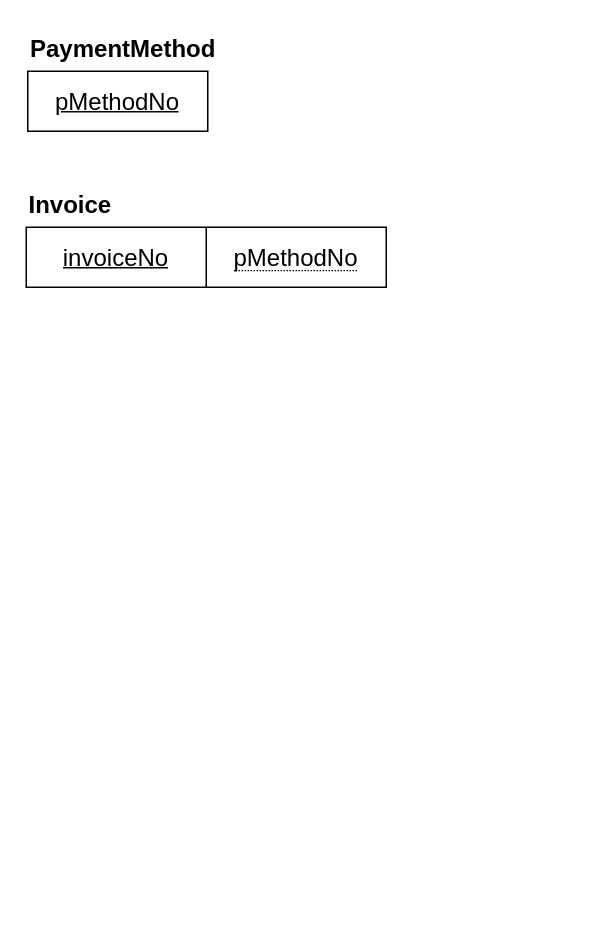
This is TabelEnhance.drawio from Mangata-Alpha/datasets, a draw.io file, before an edit. Source tidied: cells renumbered, new cells numbered last; positions are measured from the earlier drawing's top-left corner, leaving out a move shared by most shapes. Both pictures are drawn from the tidied source at 150%, with x=0, y=0 at pixel (26, 26).
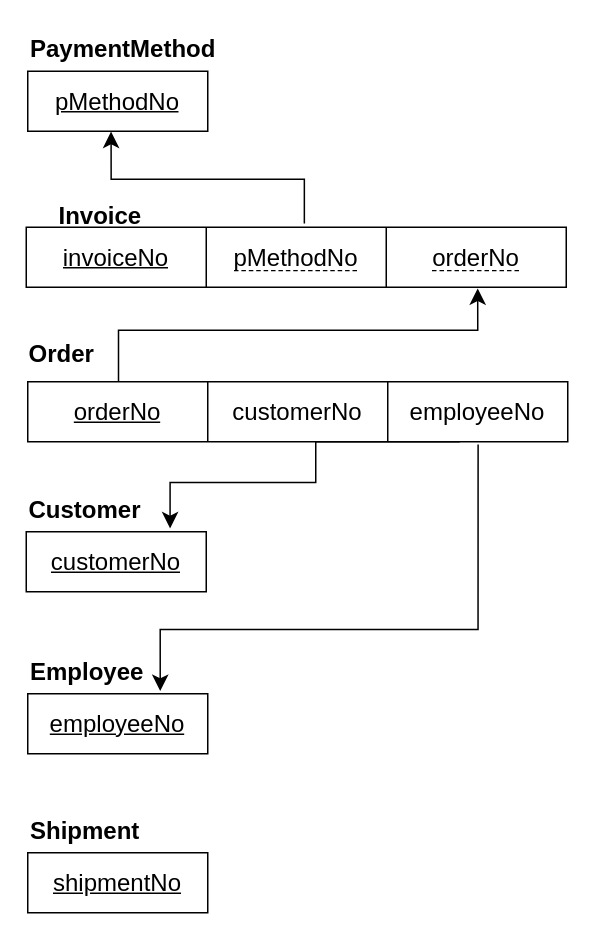
The same diagram, later.

The change refers to these unchanged cells:
```xml
<mxCell id="4" style="shape=tableRow;horizontal=0;startSize=0;swimlaneHead=0;swimlaneBody=0;strokeColor=inherit;top=0;left=0;bottom=0;right=0;fillColor=none;points=[[0,0.5],[1,0.5]];portConstraint=eastwest;fontSize=16;" parent="3" vertex="1">
  <mxGeometry width="120" height="40" as="geometry" />
</mxCell>
```

Diff of the diagram source:
```diff
@@
     <mxCell id="7" style="shape=table;startSize=0;childLayout=tableLayout;fontSize=16;labelBorderColor=none;" parent="1" vertex="1">
-      <mxGeometry y="134" width="240" height="40" as="geometry" />
+      <mxGeometry y="134" width="360" height="40" as="geometry" />
     </mxCell>
     <mxCell id="8" style="shape=tableRow;horizontal=0;startSize=0;swimlaneHead=0;swimlaneBody=0;strokeColor=inherit;top=0;left=0;bottom=0;right=0;fillColor=none;points=[[0,0.5],[1,0.5]];portConstraint=eastwest;fontSize=16;fontStyle=4;" parent="7" vertex="1">
-      <mxGeometry width="240" height="40" as="geometry" />
+      <mxGeometry width="360" height="40" as="geometry" />
     </mxCell>
@@
-    <mxCell id="10" value="&lt;span style=&quot;border-bottom:1px dotted;&quot;&gt;pMethodNo&lt;/span&gt;" style="shape=partialRectangle;html=1;whiteSpace=wrap;strokeColor=inherit;overflow=hidden;fillColor=none;top=0;left=0;bottom=0;right=0;fontSize=16;fontStyle=0;" parent="8" vertex="1">
+    <mxCell id="10" value="&lt;span style=&quot;border-bottom:1px dashed;&quot;&gt;pMethodNo&lt;/span&gt;" style="shape=partialRectangle;html=1;whiteSpace=wrap;strokeColor=inherit;overflow=hidden;fillColor=none;top=0;left=0;bottom=0;right=0;fontSize=16;fontStyle=0;" parent="8" vertex="1">
       <mxGeometry x="120" width="120" height="40" as="geometry" />
     </mxCell>
+    <mxCell id="12" value="&lt;span style=&quot;border-bottom:1px dashed;&quot;&gt;orderNo&lt;/span&gt;" style="shape=partialRectangle;html=1;whiteSpace=wrap;strokeColor=inherit;overflow=hidden;fillColor=none;top=0;left=0;bottom=0;right=0;fontSize=16;fontStyle=0;" parent="8" vertex="1">
+      <mxGeometry x="240" width="120" height="40" as="geometry" />
+    </mxCell>
-    <mxCell id="11" value="&lt;b&gt;Invoice&lt;/b&gt;" style="text;html=1;whiteSpace=wrap;strokeColor=none;fillColor=none;align=left;verticalAlign=middle;rounded=0;fontSize=16;" parent="1" vertex="1">
-      <mxGeometry y="104" width="134" height="30" as="geometry" />
+    <mxCell id="11" value="&lt;b&gt;Order&lt;/b&gt;" style="text;html=1;whiteSpace=wrap;strokeColor=none;fillColor=none;align=left;verticalAlign=middle;rounded=0;fontSize=16;" parent="1" vertex="1">
+      <mxGeometry y="203" width="134" height="30" as="geometry" />
     </mxCell>
+    <mxCell id="13" style="endArrow=classic;startArrow=none;html=1;rounded=0;fontFamily=Helvetica;fontSize=12;fontColor=#393C56;fontStyle=1;labelBackgroundColor=none;startSize=8;endSize=8;exitX=0.515;exitY=-0.062;exitDx=0;exitDy=0;exitPerimeter=0;entryX=0.463;entryY=1.006;entryDx=0;entryDy=0;entryPerimeter=0;startFill=0;edgeStyle=orthogonalEdgeStyle;" parent="1" edge="1" source="8" target="4">
+      <mxGeometry relative="1" as="geometry">
+        <Array as="points">
+          <mxPoint x="185.4" y="102" />
+          <mxPoint x="56.6" y="102" />
+        </Array>
+      </mxGeometry>
+    </mxCell>
+    <mxCell id="14" style="shape=table;startSize=0;childLayout=tableLayout;fontSize=16;labelBorderColor=none;" parent="1" vertex="1">
+      <mxGeometry x="1" y="237" width="360" height="40" as="geometry" />
+    </mxCell>
+    <mxCell id="15" style="shape=tableRow;horizontal=0;startSize=0;swimlaneHead=0;swimlaneBody=0;strokeColor=inherit;top=0;left=0;bottom=0;right=0;fillColor=none;points=[[0,0.5],[1,0.5]];portConstraint=eastwest;fontSize=16;fontStyle=4;" parent="14" vertex="1">
+      <mxGeometry width="360" height="40" as="geometry" />
+    </mxCell>
+    <mxCell id="16" value="&lt;span&gt;orderNo&lt;/span&gt;" style="shape=partialRectangle;html=1;whiteSpace=wrap;strokeColor=inherit;overflow=hidden;fillColor=none;top=0;left=0;bottom=0;right=0;fontSize=16;fontStyle=4;" parent="15" vertex="1">
+      <mxGeometry width="120" height="40" as="geometry" />
+    </mxCell>
+    <mxCell id="17" value="customerNo" style="shape=partialRectangle;html=1;whiteSpace=wrap;strokeColor=inherit;overflow=hidden;fillColor=none;top=0;left=0;bottom=0;right=0;fontSize=16;fontStyle=0;" parent="15" vertex="1">
+      <mxGeometry x="120" width="120" height="40" as="geometry" />
+    </mxCell>
+    <mxCell id="18" value="employeeNo" style="shape=partialRectangle;html=1;whiteSpace=wrap;strokeColor=inherit;overflow=hidden;fillColor=none;top=0;left=0;bottom=0;right=0;fontSize=16;fontStyle=0;" parent="15" vertex="1">
+      <mxGeometry x="240" width="120" height="40" as="geometry" />
+    </mxCell>
+    <mxCell id="19" value="&lt;b&gt;Invoice&lt;/b&gt;" style="text;html=1;whiteSpace=wrap;strokeColor=none;fillColor=none;align=left;verticalAlign=middle;rounded=0;fontSize=16;" parent="1" vertex="1">
+      <mxGeometry x="20" y="111" width="134" height="30" as="geometry" />
+    </mxCell>
+    <mxCell id="20" style="edgeStyle=orthogonalEdgeStyle;elbow=horizontal;endArrow=classic;html=1;rounded=0;endSize=8;startSize=8;fontFamily=Helvetica;fontSize=12;fontColor=#393C56;fontStyle=1;labelBackgroundColor=none;entryX=0.836;entryY=1.019;entryDx=0;entryDy=0;entryPerimeter=0;" parent="1" edge="1" source="15" target="8">
+      <mxGeometry relative="1" as="geometry">
+        <Array as="points">
+          <mxPoint x="61.5" y="202.6" />
+          <mxPoint x="301" y="202.6" />
+        </Array>
+      </mxGeometry>
+    </mxCell>
+    <mxCell id="21" style="shape=table;startSize=0;childLayout=tableLayout;fontSize=16;labelBorderColor=none;" parent="1" vertex="1">
+      <mxGeometry y="337" width="120" height="40" as="geometry" />
+    </mxCell>
+    <mxCell id="22" style="shape=tableRow;horizontal=0;startSize=0;swimlaneHead=0;swimlaneBody=0;strokeColor=inherit;top=0;left=0;bottom=0;right=0;fillColor=none;points=[[0,0.5],[1,0.5]];portConstraint=eastwest;fontSize=16;fontStyle=4;" parent="21" vertex="1">
+      <mxGeometry width="120" height="40" as="geometry" />
+    </mxCell>
+    <mxCell id="23" value="&lt;span&gt;customerNo&lt;/span&gt;" style="shape=partialRectangle;html=1;whiteSpace=wrap;strokeColor=inherit;overflow=hidden;fillColor=none;top=0;left=0;bottom=0;right=0;fontSize=16;fontStyle=4;" parent="22" vertex="1">
+      <mxGeometry width="120" height="40" as="geometry" />
+    </mxCell>
+    <mxCell id="24" value="&lt;b&gt;Customer&lt;/b&gt;" style="text;html=1;whiteSpace=wrap;strokeColor=none;fillColor=none;align=left;verticalAlign=middle;rounded=0;fontSize=16;" parent="1" vertex="1">
+      <mxGeometry y="307" width="81" height="30" as="geometry" />
+    </mxCell>
+    <mxCell id="25" style="edgeStyle=orthogonalEdgeStyle;elbow=horizontal;endArrow=none;html=1;rounded=0;endSize=8;startSize=8;fontFamily=Helvetica;fontSize=12;fontColor=#393C56;fontStyle=1;labelBackgroundColor=none;exitX=0.799;exitY=-0.056;exitDx=0;exitDy=0;exitPerimeter=0;entryX=0.8;entryY=1;entryDx=0;entryDy=0;entryPerimeter=0;endFill=0;startArrow=classic;startFill=1;" parent="1" edge="1" source="22" target="15">
+      <mxGeometry relative="1" as="geometry">
+        <Array as="points">
+          <mxPoint x="95.9" y="304.2" />
+          <mxPoint x="193" y="304.2" />
+        </Array>
+      </mxGeometry>
+    </mxCell>
+    <mxCell id="26" style="shape=table;startSize=0;childLayout=tableLayout;fontSize=16;labelBorderColor=none;" parent="1" vertex="1">
+      <mxGeometry x="1" y="445" width="120" height="40" as="geometry" />
+    </mxCell>
+    <mxCell id="27" style="shape=tableRow;horizontal=0;startSize=0;swimlaneHead=0;swimlaneBody=0;strokeColor=inherit;top=0;left=0;bottom=0;right=0;fillColor=none;points=[[0,0.5],[1,0.5]];portConstraint=eastwest;fontSize=16;fontStyle=4;" parent="26" vertex="1">
+      <mxGeometry width="120" height="40" as="geometry" />
+    </mxCell>
+    <mxCell id="28" value="&lt;span&gt;employeeNo&lt;/span&gt;" style="shape=partialRectangle;html=1;whiteSpace=wrap;strokeColor=inherit;overflow=hidden;fillColor=none;top=0;left=0;bottom=0;right=0;fontSize=16;fontStyle=4;" parent="27" vertex="1">
+      <mxGeometry width="120" height="40" as="geometry" />
+    </mxCell>
+    <mxCell id="29" value="&lt;b&gt;Employee&lt;/b&gt;" style="text;html=1;whiteSpace=wrap;strokeColor=none;fillColor=none;align=left;verticalAlign=middle;rounded=0;fontSize=16;" parent="1" vertex="1">
+      <mxGeometry x="1" y="415" width="81" height="30" as="geometry" />
+    </mxCell>
+    <mxCell id="30" style="edgeStyle=orthogonalEdgeStyle;elbow=horizontal;endArrow=none;html=1;rounded=0;endSize=8;startSize=8;fontFamily=Helvetica;fontSize=12;fontColor=#393C56;fontStyle=1;labelBackgroundColor=none;entryX=0.834;entryY=1.047;entryDx=0;entryDy=0;entryPerimeter=0;exitX=0.736;exitY=-0.045;exitDx=0;exitDy=0;exitPerimeter=0;endFill=0;startArrow=classic;startFill=1;" parent="1" edge="1" source="27" target="15">
+      <mxGeometry relative="1" as="geometry">
+        <Array as="points">
+          <mxPoint x="89.3" y="402.1" />
+          <mxPoint x="301.2" y="402.1" />
+        </Array>
+      </mxGeometry>
+    </mxCell>
+    <mxCell id="31" style="shape=table;startSize=0;childLayout=tableLayout;fontSize=16;labelBorderColor=none;" parent="1" vertex="1">
+      <mxGeometry x="1" y="551" width="120" height="40" as="geometry" />
+    </mxCell>
+    <mxCell id="32" style="shape=tableRow;horizontal=0;startSize=0;swimlaneHead=0;swimlaneBody=0;strokeColor=inherit;top=0;left=0;bottom=0;right=0;fillColor=none;fontSize=16;fontStyle=4;" parent="31" vertex="1">
+      <mxGeometry width="120" height="40" as="geometry" />
+    </mxCell>
+    <mxCell id="33" value="&lt;span&gt;shipmentNo&lt;/span&gt;" style="shape=partialRectangle;html=1;whiteSpace=wrap;strokeColor=inherit;overflow=hidden;fillColor=none;top=0;left=0;bottom=0;right=0;fontSize=16;fontStyle=4;" parent="32" vertex="1">
+      <mxGeometry width="120" height="40" as="geometry" />
+    </mxCell>
+    <mxCell id="34" value="&lt;b&gt;Shipment&lt;/b&gt;" style="text;html=1;whiteSpace=wrap;strokeColor=none;fillColor=none;align=left;verticalAlign=middle;rounded=0;fontSize=16;" parent="1" vertex="1">
+      <mxGeometry x="1" y="521" width="81" height="30" as="geometry" />
+    </mxCell>
```
